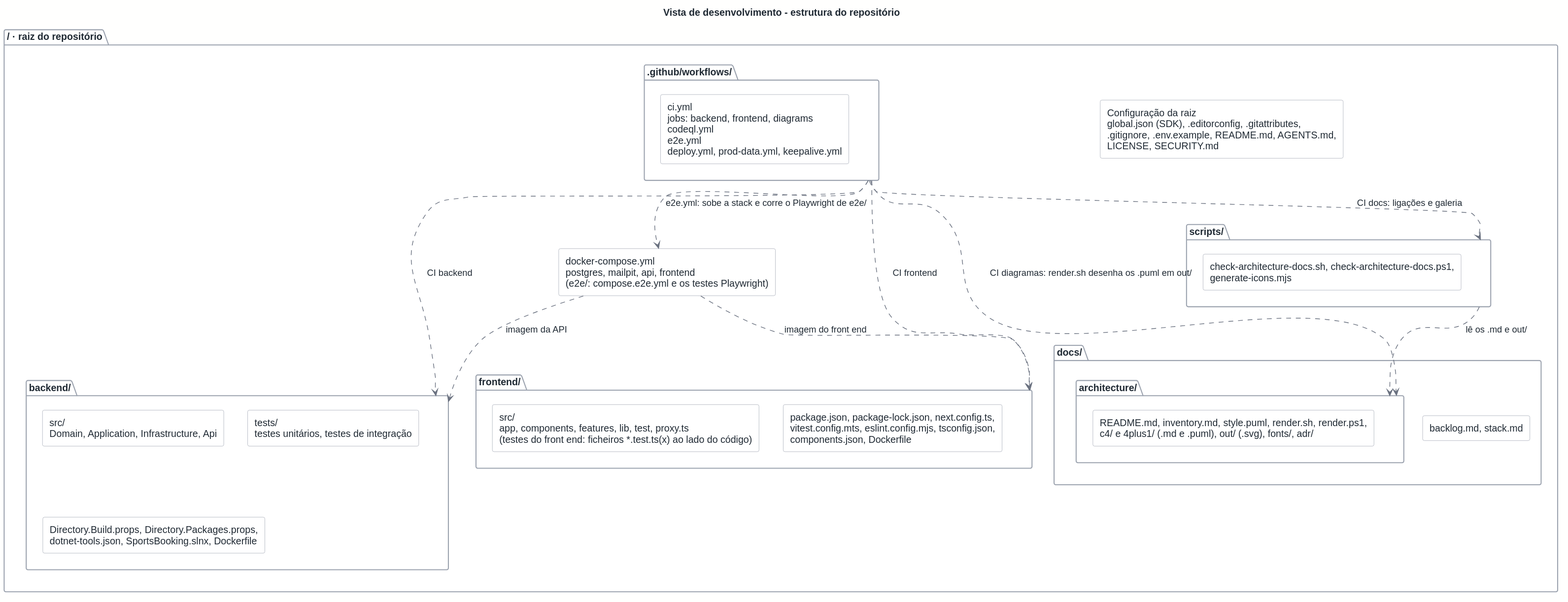
The PlantUML diagram docs/architecture/out/development-repo.svg in rodrigo4sousa/SportsEstablishments, before a commit.
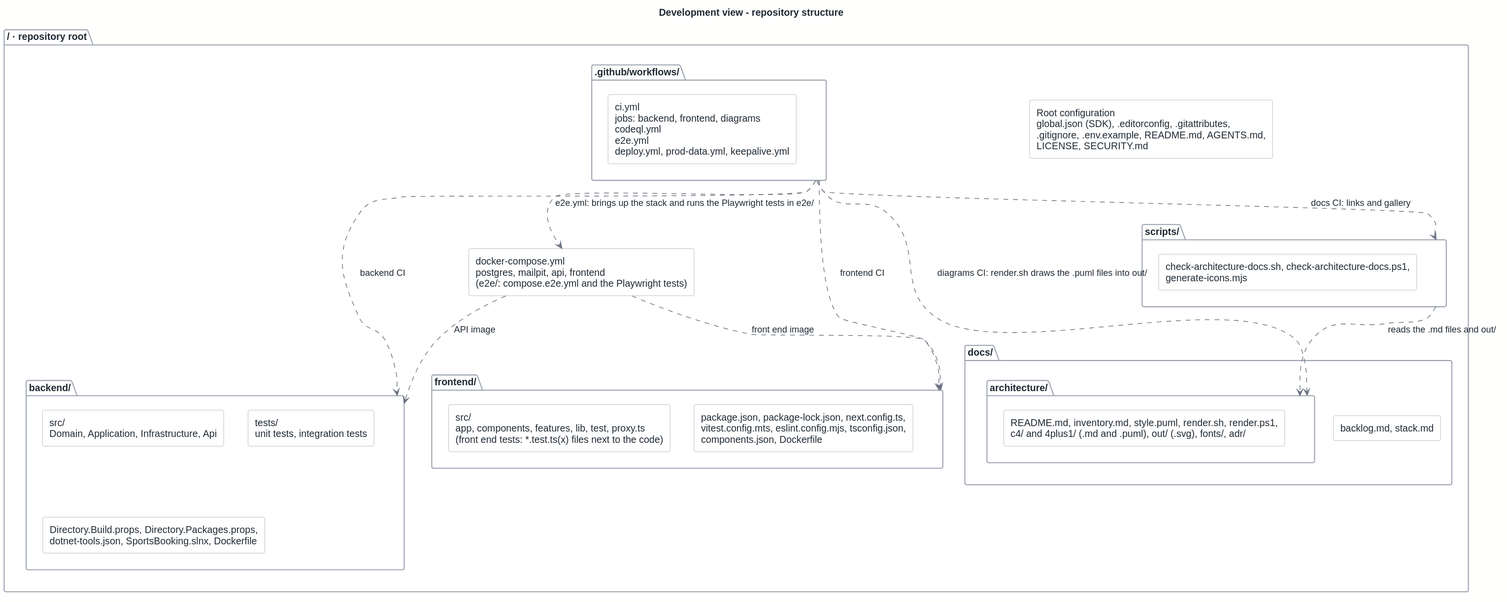
The same diagram one commit later.

The edit, as a diff of the source:
```diff
@@ -1,28 +1,28 @@
 @startuml
 !include ../style.puml
-title Vista de desenvolvimento - estrutura do repositório
+title Development view - repository structure
 
 skinparam defaultTextAlignment left
 
-folder "/ · raiz do repositório" as ROOT {
-  rectangle "Configuração da raiz\nglobal.json (SDK), .editorconfig, .gitattributes,\n.gitignore, .env.example, README.md, AGENTS.md,\nLICENSE, SECURITY.md" as DEV_ROOTCFG
-  rectangle "docker-compose.yml\npostgres, mailpit, api, frontend\n(e2e/: compose.e2e.yml e os testes Playwright)" as DEV_COMPOSE
+folder "/ · repository root" as ROOT {
+  rectangle "Root configuration\nglobal.json (SDK), .editorconfig, .gitattributes,\n.gitignore, .env.example, README.md, AGENTS.md,\nLICENSE, SECURITY.md" as DEV_ROOTCFG
+  rectangle "docker-compose.yml\npostgres, mailpit, api, frontend\n(e2e/: compose.e2e.yml and the Playwright tests)" as DEV_COMPOSE
 
   folder "backend/" as DEV_BACKEND {
     rectangle "src/\nDomain, Application, Infrastructure, Api" as B_SRC
-    rectangle "tests/\ntestes unitários, testes de integração" as B_TESTS
+    rectangle "tests/\nunit tests, integration tests" as B_TESTS
     rectangle "Directory.Build.props, Directory.Packages.props,\ndotnet-tools.json, SportsBooking.slnx, Dockerfile" as B_CFG
   }
 
   folder "frontend/" as DEV_FRONTEND {
-    rectangle "src/\napp, components, features, lib, test, proxy.ts\n(testes do front end: ficheiros *.test.ts(x) ao lado do código)" as F_SRC
+    rectangle "src/\napp, components, features, lib, test, proxy.ts\n(front end tests: *.test.ts(x) files next to the code)" as F_SRC
     rectangle "package.json, package-lock.json, next.config.ts,\nvitest.config.mts, eslint.config.mjs, tsconfig.json,\ncomponents.json, Dockerfile" as F_CFG
   }
 
   folder "docs/" as DEV_DOCS {
     rectangle "backlog.md, stack.md" as D_SRC
     folder "architecture/" as DEV_ARCHDOCS {
-      rectangle "README.md, inventory.md, style.puml, render.sh, render.ps1,\nc4/ e 4plus1/ (.md e .puml), out/ (.svg), fonts/, adr/" as A_SRC
+      rectangle "README.md, inventory.md, style.puml, render.sh, render.ps1,\nc4/ and 4plus1/ (.md and .puml), out/ (.svg), fonts/, adr/" as A_SRC
     }
   }
 
@@ -35,12 +35,12 @@
   }
 }
 
-DEV_COMPOSE ..> DEV_BACKEND : "imagem da API"
-DEV_COMPOSE ..> DEV_FRONTEND : "imagem do front end"
-DEV_WORKFLOWS ..> DEV_BACKEND : "CI backend"
-DEV_WORKFLOWS ..> DEV_FRONTEND : "CI frontend"
-DEV_WORKFLOWS ..> DEV_ARCHDOCS : "CI diagramas: render.sh desenha os .puml em out/"
-DEV_WORKFLOWS ..> DEV_SCRIPTS : "CI docs: ligações e galeria"
-DEV_WORKFLOWS ..> DEV_COMPOSE : "e2e.yml: sobe a stack e corre o Playwright de e2e/"
-DEV_SCRIPTS ..> DEV_ARCHDOCS : "lê os .md e out/"
+DEV_COMPOSE ..> DEV_BACKEND : "API image"
+DEV_COMPOSE ..> DEV_FRONTEND : "front end image"
+DEV_WORKFLOWS ..> DEV_BACKEND : "backend CI"
+DEV_WORKFLOWS ..> DEV_FRONTEND : "frontend CI"
+DEV_WORKFLOWS ..> DEV_ARCHDOCS : "diagrams CI: render.sh draws the .puml files into out/"
+DEV_WORKFLOWS ..> DEV_SCRIPTS : "docs CI: links and gallery"
+DEV_WORKFLOWS ..> DEV_COMPOSE : "e2e.yml: brings up the stack and runs the Playwright tests in e2e/"
+DEV_SCRIPTS ..> DEV_ARCHDOCS : "reads the .md files and out/"
 @enduml
```
